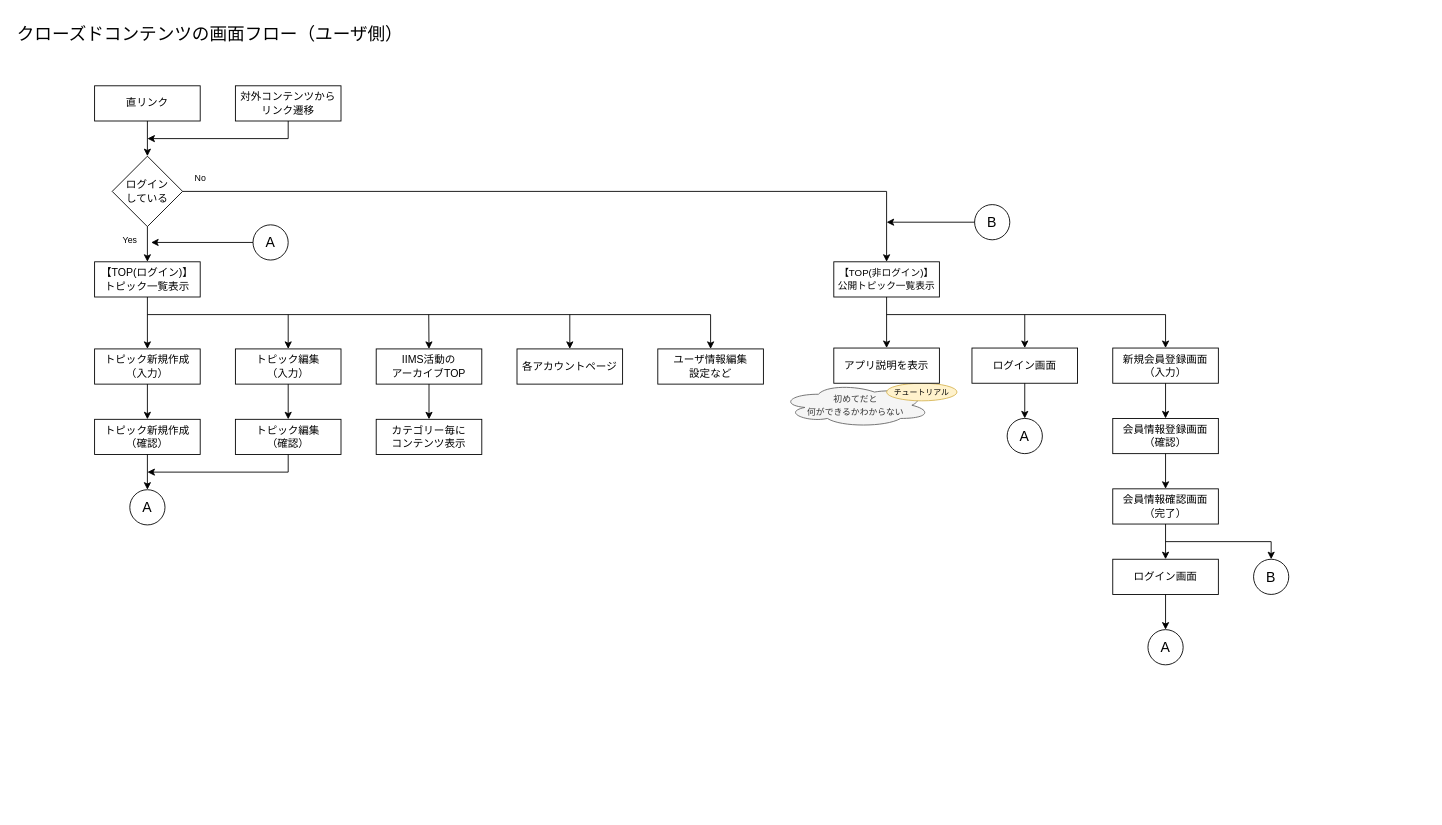
The draw.io diagram クローズドコンテンツ_ユーザ側画面フロー.drawio in iims-engineers/iims_closed, before the edit. Source tidied: cells renumbered, new cells numbered last; positions are measured from the earlier drawing's top-left corner, leaving out a move shared by most shapes. Both pictures are drawn from the tidied source at 88%, with x=0, y=0 at pixel (15, 15).
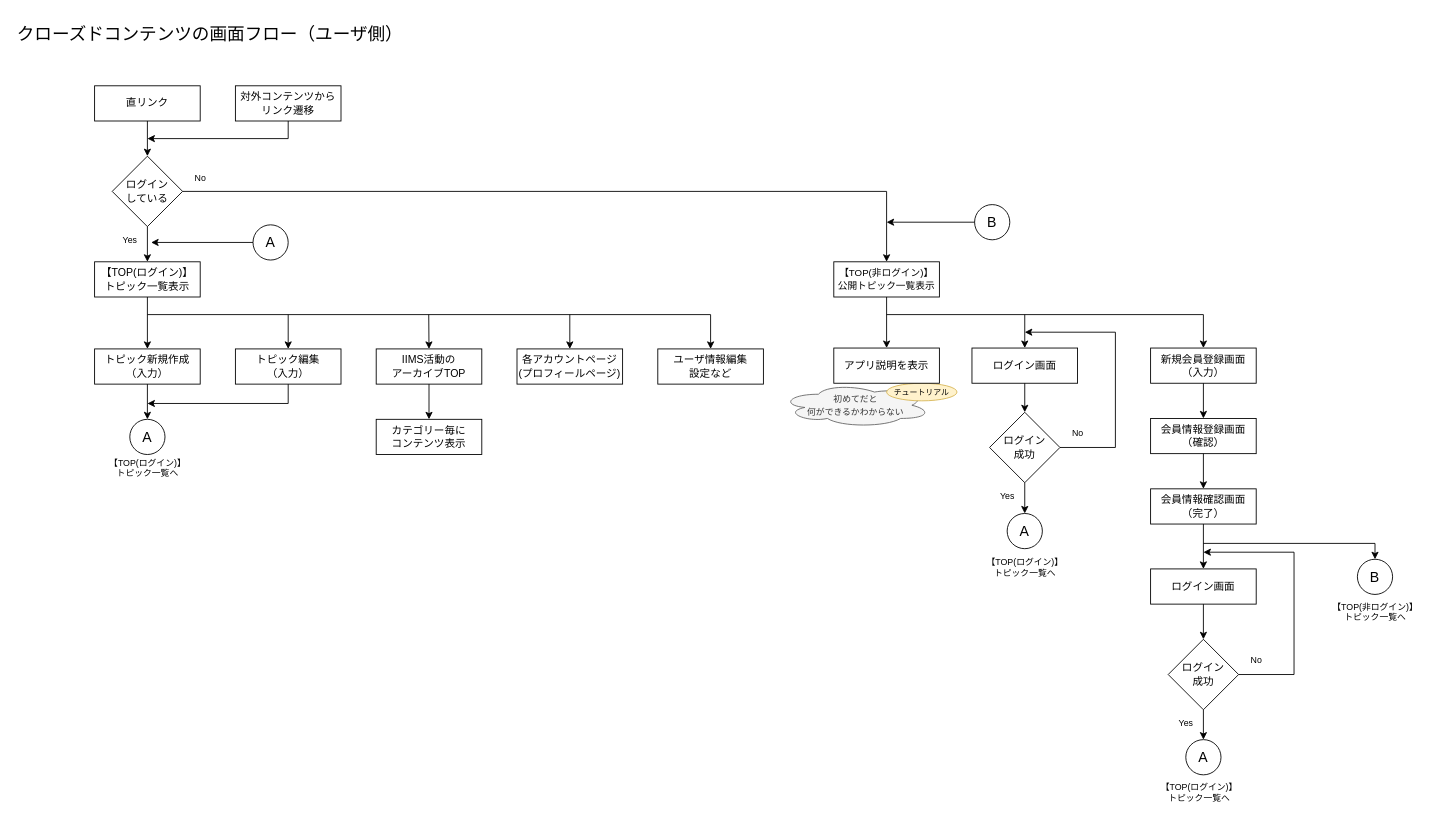
The same diagram, later.

Commit message (it also covers changes not shown here):
ユーザ側画面フローの更新

Unchanged cells that the change refers to:
```xml
<mxCell id="17" value="トピック新規作成&lt;br&gt;（入力）" style="whiteSpace=wrap;html=1;" parent="1" vertex="1">
  <mxGeometry x="90" y="379" width="120" height="40" as="geometry" />
</mxCell>
<mxCell id="20" value="ログイン画面" style="whiteSpace=wrap;html=1;" parent="1" vertex="1">
  <mxGeometry x="1087" y="378" width="120" height="40" as="geometry" />
</mxCell>
<mxCell id="41" value="トピック編集&lt;br&gt;（入力）" style="whiteSpace=wrap;html=1;" parent="1" vertex="1">
  <mxGeometry x="250" y="379" width="120" height="40" as="geometry" />
</mxCell>
```

Diff of the diagram source:
```diff
@@
     <mxCell id="19" style="edgeStyle=none;jettySize=auto;html=1;rounded=0;entryX=0.5;entryY=0;entryDx=0;entryDy=0;" parent="1" edge="1" target="21">
       <mxGeometry relative="1" as="geometry">
         <mxPoint x="990" y="340" as="sourcePoint" />
         <Array as="points">
-          <mxPoint x="1307" y="340" />
+          <mxPoint x="1350" y="340" />
         </Array>
       </mxGeometry>
     </mxCell>
@@
     <mxCell id="21" value="新規会員登録画面&lt;br&gt;（入力）" style="whiteSpace=wrap;html=1;" parent="1" vertex="1">
-      <mxGeometry x="1247" y="378" width="120" height="40" as="geometry" />
+      <mxGeometry x="1290" y="378" width="120" height="40" as="geometry" />
     </mxCell>
-    <mxCell id="22" style="edgeStyle=none;jettySize=auto;html=1;rounded=0;exitX=0.5;exitY=1;exitDx=0;exitDy=0;" parent="1" edge="1" source="20">
-      <mxGeometry relative="1" as="geometry">
-        <mxPoint x="1147" y="458" as="targetPoint" />
-      </mxGeometry>
-    </mxCell>
     <mxCell id="23" value="A" style="ellipse;whiteSpace=wrap;html=1;fontSize=16;" parent="1" vertex="1">
-      <mxGeometry x="1127" y="458" width="40" height="40" as="geometry" />
+      <mxGeometry x="1127" y="566" width="40" height="40" as="geometry" />
     </mxCell>
@@
     <mxCell id="27" value="会員情報登録画面&lt;br&gt;（確認）" style="whiteSpace=wrap;html=1;" parent="1" vertex="1">
-      <mxGeometry x="1247" y="458" width="120" height="40" as="geometry" />
+      <mxGeometry x="1290" y="458" width="120" height="40" as="geometry" />
     </mxCell>
@@
     <mxCell id="29" value="会員情報確認画面&lt;br&gt;（完了）" style="whiteSpace=wrap;html=1;" parent="1" vertex="1">
-      <mxGeometry x="1247" y="538" width="120" height="40" as="geometry" />
+      <mxGeometry x="1290" y="538" width="120" height="40" as="geometry" />
     </mxCell>
@@
     <mxCell id="32" style="edgeStyle=none;jettySize=auto;html=1;rounded=0;entryX=0.5;entryY=0;entryDx=0;entryDy=0;" parent="1" edge="1" target="36">
       <mxGeometry relative="1" as="geometry">
-        <mxPoint x="1307" y="598" as="sourcePoint" />
+        <mxPoint x="1350" y="600" as="sourcePoint" />
         <Array as="points">
-          <mxPoint x="1427" y="598" />
+          <mxPoint x="1545" y="600" />
         </Array>
       </mxGeometry>
     </mxCell>
     <mxCell id="33" value="ログイン画面" style="whiteSpace=wrap;html=1;" parent="1" vertex="1">
-      <mxGeometry x="1247" y="618" width="120" height="40" as="geometry" />
+      <mxGeometry x="1290" y="629" width="120" height="40" as="geometry" />
     </mxCell>
-    <mxCell id="34" style="edgeStyle=none;jettySize=auto;html=1;rounded=0;exitX=0.5;exitY=1;exitDx=0;exitDy=0;" parent="1" edge="1" source="33">
-      <mxGeometry relative="1" as="geometry">
-        <mxPoint x="1307" y="698" as="targetPoint" />
-      </mxGeometry>
+    <mxCell id="34" style="edgeStyle=none;jettySize=auto;html=1;rounded=0;exitX=0.5;exitY=1;exitDx=0;exitDy=0;entryX=0.5;entryY=0;entryDx=0;entryDy=0;" parent="1" edge="1" source="33" target="67">
+      <mxGeometry relative="1" as="geometry" />
     </mxCell>
     <mxCell id="35" value="A" style="ellipse;whiteSpace=wrap;html=1;fontSize=16;" parent="1" vertex="1">
-      <mxGeometry x="1287" y="698" width="40" height="40" as="geometry" />
+      <mxGeometry x="1330" y="823" width="40" height="40" as="geometry" />
     </mxCell>
     <mxCell id="36" value="B" style="ellipse;whiteSpace=wrap;html=1;fontSize=16;" parent="1" vertex="1">
-      <mxGeometry x="1407" y="618" width="40" height="40" as="geometry" />
+      <mxGeometry x="1525" y="618" width="40" height="40" as="geometry" />
     </mxCell>
@@
-    <mxCell id="40" value="各アカウントページ" style="whiteSpace=wrap;html=1;" parent="1" vertex="1">
+    <mxCell id="40" value="各アカウントページ&lt;br&gt;(プロフィールページ)" style="whiteSpace=wrap;html=1;" parent="1" vertex="1">
       <mxGeometry x="570" y="379" width="120" height="40" as="geometry" />
     </mxCell>
@@
-    <mxCell id="43" value="トピック新規作成&lt;br&gt;（確認）" style="whiteSpace=wrap;html=1;" parent="1" vertex="1">
-      <mxGeometry x="90" y="459" width="120" height="40" as="geometry" />
-    </mxCell>
     <mxCell id="44" value="A" style="ellipse;whiteSpace=wrap;html=1;fontSize=16;" parent="1" vertex="1">
-      <mxGeometry x="130" y="539" width="40" height="40" as="geometry" />
+      <mxGeometry x="130" y="459" width="40" height="40" as="geometry" />
     </mxCell>
-    <mxCell id="45" style="edgeStyle=none;jettySize=auto;html=1;rounded=0;exitX=0.5;exitY=1;exitDx=0;exitDy=0;entryX=0.5;entryY=0;entryDx=0;entryDy=0;" parent="1" edge="1" source="17" target="43">
-      <mxGeometry relative="1" as="geometry" />
-    </mxCell>
-    <mxCell id="46" style="edgeStyle=none;jettySize=auto;html=1;rounded=0;exitX=0.5;exitY=1;exitDx=0;exitDy=0;entryX=0.5;entryY=0;entryDx=0;entryDy=0;" parent="1" edge="1" source="43" target="44">
+    <mxCell id="46" style="edgeStyle=none;jettySize=auto;html=1;rounded=0;entryX=0.5;entryY=0;entryDx=0;entryDy=0;exitX=0.5;exitY=1;exitDx=0;exitDy=0;" parent="1" edge="1" source="17" target="44">
       <mxGeometry relative="1" as="geometry" />
     </mxCell>
-    <mxCell id="47" style="edgeStyle=none;jettySize=auto;html=1;rounded=0;exitX=0.5;exitY=1;exitDx=0;exitDy=0;entryX=0.5;entryY=0;entryDx=0;entryDy=0;" parent="1" edge="1" source="41" target="48">
-      <mxGeometry relative="1" as="geometry" />
-    </mxCell>
-    <mxCell id="48" value="トピック編集&lt;br&gt;（確認）" style="whiteSpace=wrap;html=1;" parent="1" vertex="1">
-      <mxGeometry x="250" y="459" width="120" height="40" as="geometry" />
-    </mxCell>
-    <mxCell id="49" style="edgeStyle=none;jettySize=auto;html=1;rounded=0;exitX=0.5;exitY=1;exitDx=0;exitDy=0;" parent="1" edge="1" source="48">
+    <mxCell id="49" style="edgeStyle=none;jettySize=auto;html=1;rounded=0;exitX=0.5;exitY=1;exitDx=0;exitDy=0;" parent="1" edge="1" source="41">
       <mxGeometry relative="1" as="geometry">
-        <mxPoint x="150" y="519" as="targetPoint" />
+        <mxPoint x="150" y="441" as="targetPoint" />
         <Array as="points">
-          <mxPoint x="310" y="519" />
+          <mxPoint x="310" y="441" />
         </Array>
       </mxGeometry>
     </mxCell>
@@
+    <mxCell id="57" value="【TOP(ログイン)】&lt;br&gt;トピック一覧へ" style="text;html=1;align=center;verticalAlign=middle;strokeColor=none;fillColor=none;fontSize=10;" parent="1" vertex="1">
+      <mxGeometry x="95" y="494" width="110" height="40" as="geometry" />
+    </mxCell>
+    <mxCell id="58" value="【TOP(ログイン)】&lt;br&gt;トピック一覧へ" style="text;html=1;align=center;verticalAlign=middle;strokeColor=none;fillColor=none;fontSize=10;" parent="1" vertex="1">
+      <mxGeometry x="1092" y="607" width="110" height="40" as="geometry" />
+    </mxCell>
+    <mxCell id="59" value="【TOP(ログイン)】&lt;br&gt;トピック一覧へ" style="text;html=1;align=center;verticalAlign=middle;strokeColor=none;fillColor=none;fontSize=10;" parent="1" vertex="1">
+      <mxGeometry x="1290" y="863" width="110" height="40" as="geometry" />
+    </mxCell>
+    <mxCell id="60" value="【TOP(非ログイン)】&lt;br&gt;トピック一覧へ" style="text;html=1;align=center;verticalAlign=middle;strokeColor=none;fillColor=none;fontSize=10;" parent="1" vertex="1">
+      <mxGeometry x="1485" y="658" width="120" height="40" as="geometry" />
+    </mxCell>
+    <mxCell id="61" value="ログイン&lt;br&gt;成功" style="rhombus;whiteSpace=wrap;html=1;fontSize=12;" parent="1" vertex="1">
+      <mxGeometry x="1107" y="451" width="80" height="80" as="geometry" />
+    </mxCell>
+    <mxCell id="62" value="&lt;font style=&quot;font-size: 10px;&quot;&gt;Yes&lt;/font&gt;" style="text;html=1;align=center;verticalAlign=middle;strokeColor=none;fillColor=none;fontSize=10;" parent="1" vertex="1">
+      <mxGeometry x="1107" y="531" width="40" height="30" as="geometry" />
+    </mxCell>
+    <mxCell id="63" value="&lt;font style=&quot;font-size: 10px;&quot;&gt;No&lt;/font&gt;" style="text;html=1;align=center;verticalAlign=middle;strokeColor=none;fillColor=none;fontSize=10;" parent="1" vertex="1">
+      <mxGeometry x="1187" y="459" width="40" height="30" as="geometry" />
+    </mxCell>
+    <mxCell id="64" style="edgeStyle=none;jettySize=auto;html=1;rounded=0;exitX=0.5;exitY=1;exitDx=0;exitDy=0;entryX=0.5;entryY=0;entryDx=0;entryDy=0;" parent="1" edge="1" source="20" target="61">
+      <mxGeometry relative="1" as="geometry" />
+    </mxCell>
+    <mxCell id="65" style="edgeStyle=none;jettySize=auto;html=1;rounded=0;exitX=0.5;exitY=1;exitDx=0;exitDy=0;entryX=0.5;entryY=0;entryDx=0;entryDy=0;" parent="1" edge="1" source="61" target="23">
+      <mxGeometry relative="1" as="geometry" />
+    </mxCell>
+    <mxCell id="66" style="edgeStyle=none;jettySize=auto;html=1;rounded=0;exitX=1;exitY=0.5;exitDx=0;exitDy=0;" parent="1" edge="1" source="61">
+      <mxGeometry relative="1" as="geometry">
+        <mxPoint x="1147" y="360" as="targetPoint" />
+        <Array as="points">
+          <mxPoint x="1250" y="491" />
+          <mxPoint x="1250" y="360" />
+        </Array>
+      </mxGeometry>
+    </mxCell>
+    <mxCell id="67" value="ログイン&lt;br&gt;成功" style="rhombus;whiteSpace=wrap;html=1;fontSize=12;" parent="1" vertex="1">
+      <mxGeometry x="1310" y="709" width="80" height="80" as="geometry" />
+    </mxCell>
+    <mxCell id="68" value="&lt;font style=&quot;font-size: 10px;&quot;&gt;Yes&lt;/font&gt;" style="text;html=1;align=center;verticalAlign=middle;strokeColor=none;fillColor=none;fontSize=10;" parent="1" vertex="1">
+      <mxGeometry x="1310" y="789" width="40" height="30" as="geometry" />
+    </mxCell>
+    <mxCell id="69" value="&lt;font style=&quot;font-size: 10px;&quot;&gt;No&lt;/font&gt;" style="text;html=1;align=center;verticalAlign=middle;strokeColor=none;fillColor=none;fontSize=10;" parent="1" vertex="1">
+      <mxGeometry x="1390" y="717" width="40" height="30" as="geometry" />
+    </mxCell>
+    <mxCell id="70" style="edgeStyle=none;jettySize=auto;html=1;rounded=0;exitX=0.5;exitY=1;exitDx=0;exitDy=0;entryX=0.5;entryY=0;entryDx=0;entryDy=0;" parent="1" edge="1" source="67" target="35">
+      <mxGeometry relative="1" as="geometry" />
+    </mxCell>
+    <mxCell id="71" style="edgeStyle=none;jettySize=auto;html=1;rounded=0;exitX=1;exitY=0.5;exitDx=0;exitDy=0;" parent="1" edge="1" source="67">
+      <mxGeometry relative="1" as="geometry">
+        <mxPoint x="1350" y="610" as="targetPoint" />
+        <Array as="points">
+          <mxPoint x="1453" y="749" />
+          <mxPoint x="1453" y="610" />
+        </Array>
+      </mxGeometry>
+    </mxCell>
```
